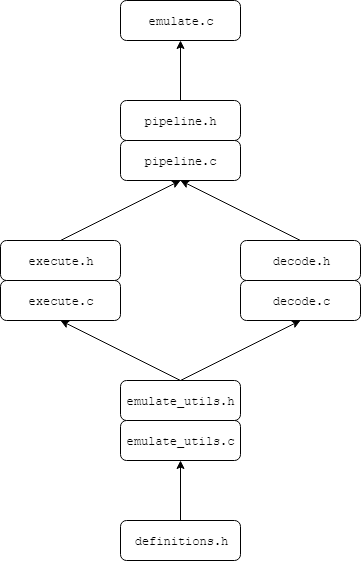
Above: doc/diagrams/EmulatorDependencies.png in Hilly12/arm11-02-2019 (draw.io), before the change. Source tidied: cells renumbered, new cells last; positions are measured from the earlier drawing's top-left corner, leaving out a move shared by most shapes.
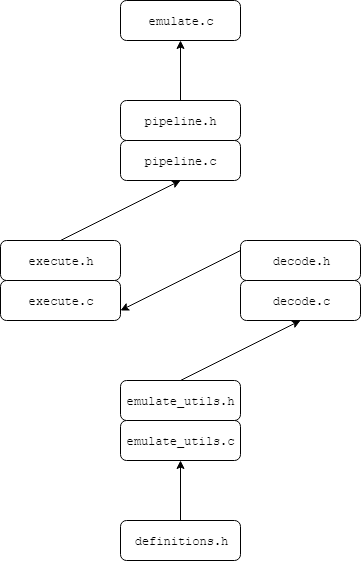
After the change.

Diff of the diagram source:
```diff
@@ -50,11 +50,6 @@
     <mxCell id="17" style="endArrow=classic;html=1;entryX=0.5;entryY=1;entryDx=0;entryDy=0;exitX=0.5;exitY=0;exitDx=0;exitDy=0;" parent="1" edge="1" source="9" target="6">
       <mxGeometry relative="1" as="geometry" />
     </mxCell>
-    <mxCell id="18" style="endArrow=classic;html=1;entryX=0.5;entryY=1;entryDx=0;entryDy=0;" parent="1" edge="1" target="6">
-      <mxGeometry relative="1" as="geometry">
-        <mxPoint x="300" y="240" as="sourcePoint" />
-      </mxGeometry>
-    </mxCell>
     <mxCell id="19" style="rounded=1;whiteSpace=wrap;html=1;" parent="1" vertex="1">
       <mxGeometry x="120" y="380" width="120" height="40" as="geometry" />
     </mxCell>
@@ -76,13 +71,11 @@
     <mxCell id="25" style="endArrow=classic;html=1;entryX=0.5;entryY=1;entryDx=0;entryDy=0;exitX=0.5;exitY=0;exitDx=0;exitDy=0;" parent="1" edge="1" source="19" target="12">
       <mxGeometry relative="1" as="geometry" />
     </mxCell>
-    <mxCell id="26" style="endArrow=classic;html=1;entryX=0.5;entryY=1;entryDx=0;entryDy=0;" parent="1" edge="1" target="10">
-      <mxGeometry relative="1" as="geometry">
-        <mxPoint x="180" y="380" as="sourcePoint" />
-      </mxGeometry>
-    </mxCell>
     <mxCell id="27" style="endArrow=classic;html=1;entryX=0.5;entryY=1;entryDx=0;entryDy=0;exitX=0.5;exitY=0;exitDx=0;exitDy=0;" parent="1" edge="1" source="20" target="21">
       <mxGeometry relative="1" as="geometry" />
     </mxCell>
+    <mxCell id="28" style="endArrow=classic;html=1;entryX=1;entryY=0.75;entryDx=0;entryDy=0;exitX=0;exitY=0.25;exitDx=0;exitDy=0;" parent="1" edge="1" source="11" target="10">
+      <mxGeometry relative="1" as="geometry" />
+    </mxCell>
   </root>
 </mxGraphModel>
```
